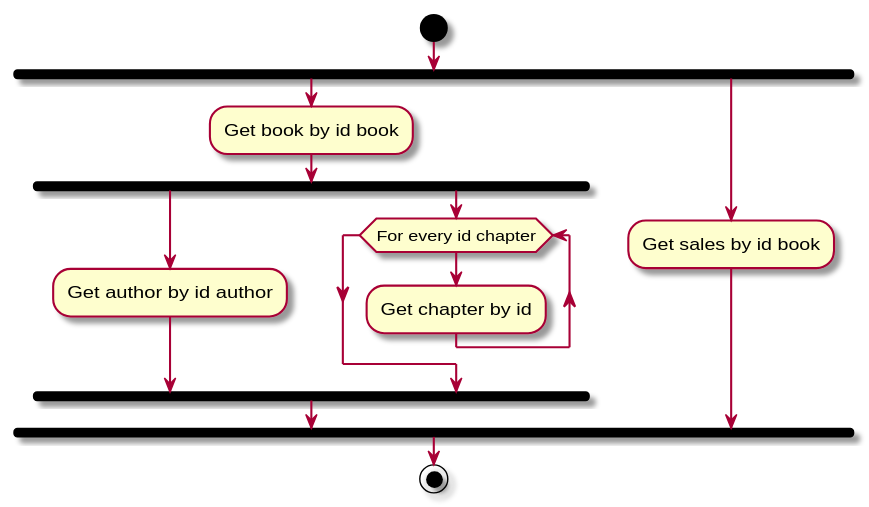
logicaalternativa/monad-transformer-and-more keeps this PlantUML diagram as doc/secuence.plantuml.svg. Above is the earlier version.
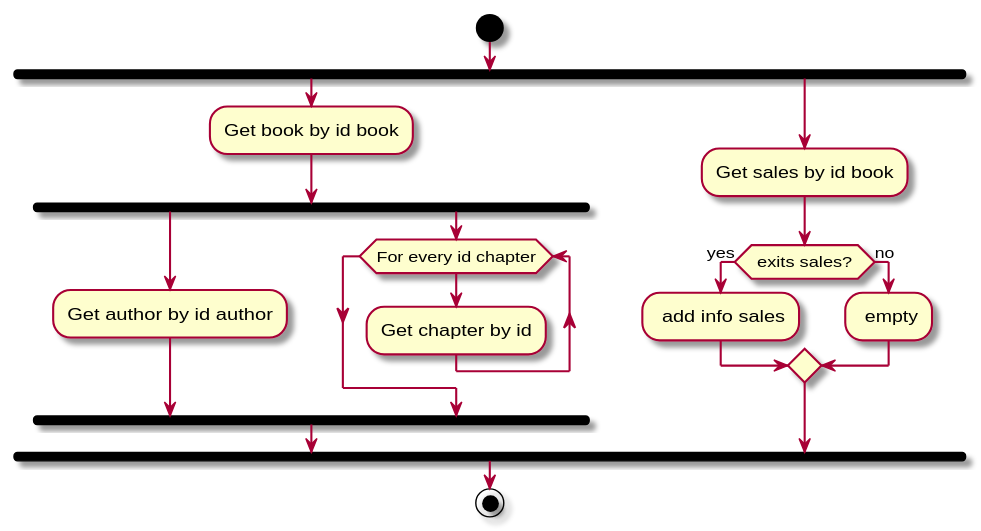
The same diagram one commit later.

What changed in the source:
```diff
@@ -11,6 +11,11 @@
  end fork
 fork again
  :Get sales by id book;
+ if ( exits sales? ) then (yes)
+  : add info sales;
+ else (no)
+  : empty;
+ endif
 end fork
 stop
 @enduml
```
